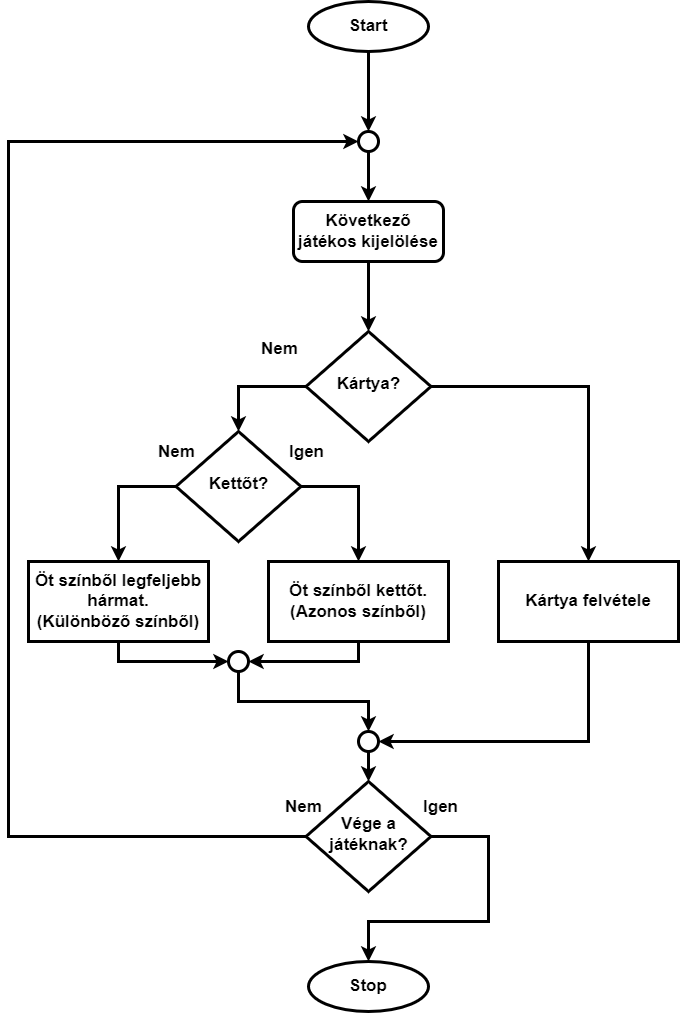
KollarMaTT/Szakdolgozat keeps this draw.io diagram as docs/Splendor_flowchart.png. Above is the earlier version. Source tidied: cells renumbered, new cells last; positions are measured from the earlier drawing's top-left corner, leaving out a move shared by most shapes.
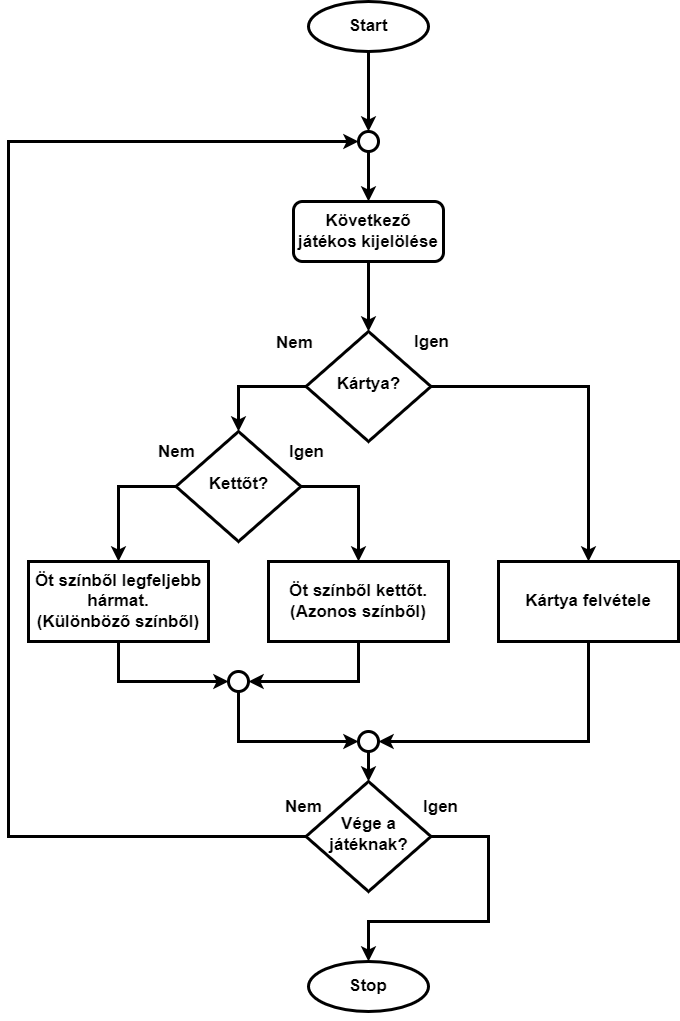
After the change.

Change to the diagram source:
```diff
@@ -34,7 +34,7 @@
     </mxCell>
     <mxCell id="9" value="Nem" style="edgeLabel;html=1;align=center;verticalAlign=middle;fontSize=17;fontStyle=1;" parent="8" vertex="1">
       <mxGeometry x="0.28" y="-2" relative="1" as="geometry">
-        <mxPoint x="42" y="-43" as="offset" />
+        <mxPoint x="57" y="-49" as="offset" />
       </mxGeometry>
     </mxCell>
     <mxCell id="10" style="edgeStyle=orthogonalEdgeStyle;rounded=0;jettySize=auto;html=1;exitX=1;exitY=0.5;exitDx=0;exitDy=0;entryX=0.5;entryY=0;entryDx=0;entryDy=0;strokeWidth=3;" parent="1" edge="1" source="11" target="18">
@@ -80,16 +80,15 @@
     <mxCell id="22" value="Öt színből legfeljebb hármat.&lt;br style=&quot;font-size: 17px;&quot;&gt;(Különböző színből)" style="rounded=0;whiteSpace=wrap;html=1;strokeWidth=3;fontSize=17;fontStyle=1;" parent="1" vertex="1">
       <mxGeometry x="140" y="650" width="180" height="80" as="geometry" />
     </mxCell>
-    <mxCell id="23" style="edgeStyle=orthogonalEdgeStyle;rounded=0;jettySize=auto;html=1;exitX=0.5;exitY=1;exitDx=0;exitDy=0;entryX=0.5;entryY=0;entryDx=0;entryDy=0;endArrow=classic;endFill=1;strokeWidth=3;" parent="1" edge="1" source="24" target="26">
+    <mxCell id="23" style="edgeStyle=orthogonalEdgeStyle;rounded=0;jettySize=auto;html=1;exitX=0.5;exitY=1;exitDx=0;exitDy=0;entryX=0;entryY=0.5;entryDx=0;entryDy=0;endArrow=classic;endFill=1;strokeWidth=3;" parent="1" edge="1" source="24" target="26">
       <mxGeometry relative="1" as="geometry">
         <Array as="points">
-          <mxPoint x="350" y="790" />
-          <mxPoint x="480" y="790" />
+          <mxPoint x="350" y="830" />
         </Array>
       </mxGeometry>
     </mxCell>
     <mxCell id="24" style="ellipse;whiteSpace=wrap;html=1;strokeWidth=3;" parent="1" vertex="1">
-      <mxGeometry x="340" y="740" width="20" height="20" as="geometry" />
+      <mxGeometry x="340" y="760" width="20" height="20" as="geometry" />
     </mxCell>
     <mxCell id="25" style="edgeStyle=orthogonalEdgeStyle;rounded=0;jettySize=auto;html=1;exitX=0.5;exitY=1;exitDx=0;exitDy=0;entryX=0.5;entryY=0;entryDx=0;entryDy=0;fontSize=17;strokeWidth=3;" parent="1" edge="1" source="26" target="29">
       <mxGeometry relative="1" as="geometry" />
@@ -129,5 +128,8 @@
     <mxCell id="34" style="edgeStyle=none;rounded=0;jettySize=auto;html=1;entryX=0.5;entryY=0;entryDx=0;entryDy=0;strokeWidth=3;exitX=0.5;exitY=1;exitDx=0;exitDy=0;" parent="1" edge="1" source="2" target="11">
       <mxGeometry relative="1" as="geometry" />
     </mxCell>
+    <mxCell id="35" value="Igen" style="edgeLabel;html=1;align=center;verticalAlign=middle;fontSize=17;fontStyle=1;" parent="1" vertex="1">
+      <mxGeometry x="542.5" y="430" as="geometry" />
+    </mxCell>
   </root>
 </mxGraphModel>
```
